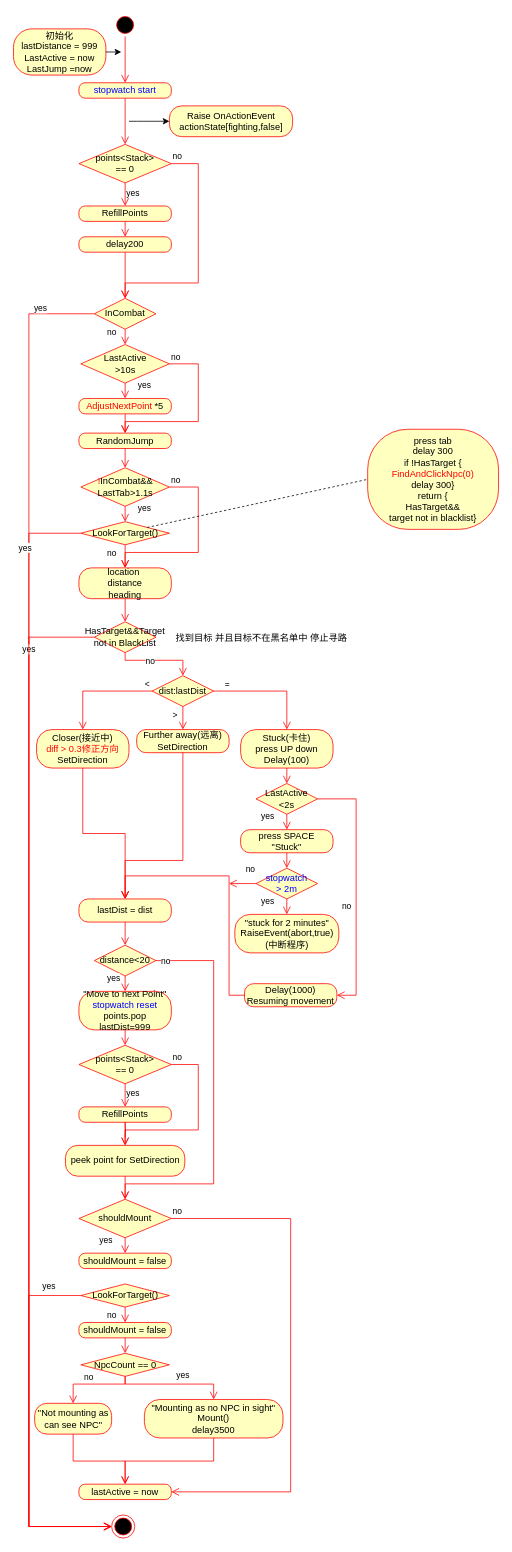
Before: FollowRouteAction.drawio in YannieCheung/botgrams, a draw.io diagram. Source tidied: cells renumbered, new cells numbered last; positions are measured from the earlier drawing's top-left corner, leaving out a move shared by most shapes. Both pictures are drawn from the tidied source at 77%, with x=0, y=0 at pixel (13, 13).
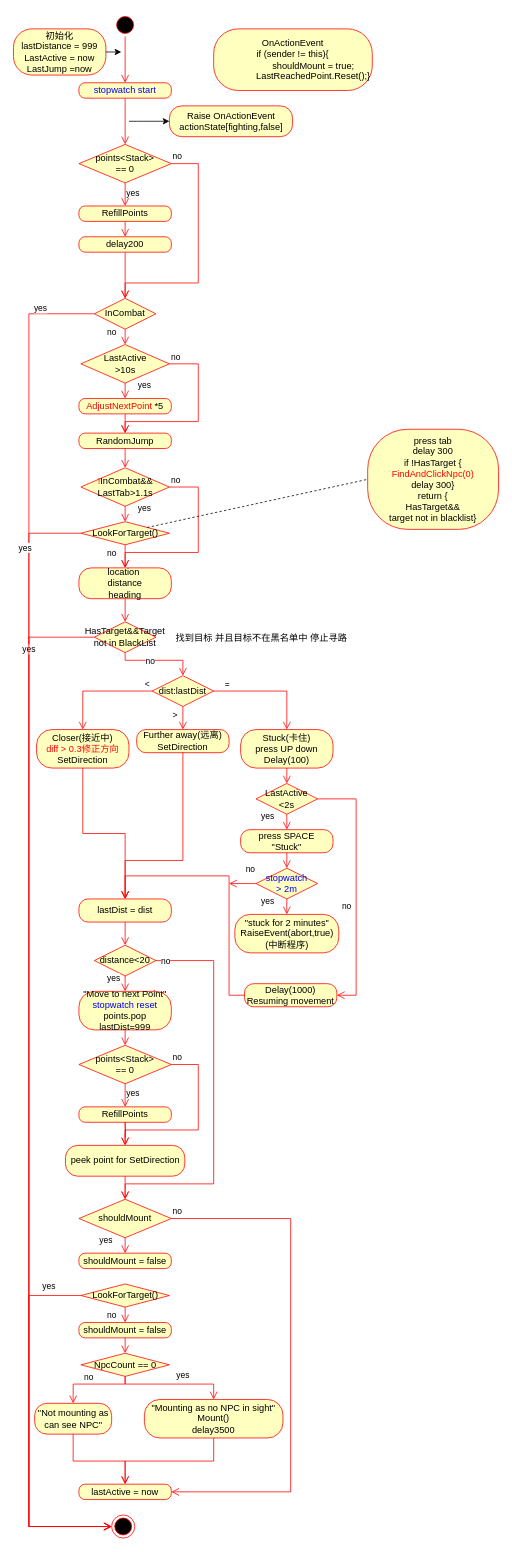
After the change.

Diff of the diagram source:
```diff
@@
+    <mxCell id="95" value="OnActionEvent&lt;br&gt;&lt;div&gt;if (sender != this)&lt;span style=&quot;background-color: initial;&quot;&gt;{&lt;/span&gt;&lt;/div&gt;&lt;div&gt;&amp;nbsp; &amp;nbsp; &amp;nbsp; &amp;nbsp; &amp;nbsp; &amp;nbsp; &amp;nbsp; &amp;nbsp; shouldMount = true;&lt;/div&gt;&lt;div&gt;&amp;nbsp; &amp;nbsp; &amp;nbsp; &amp;nbsp; &amp;nbsp; &amp;nbsp; &amp;nbsp; &amp;nbsp; LastReachedPoint.Reset();&lt;span style=&quot;background-color: initial;&quot;&gt;}&lt;/span&gt;&lt;/div&gt;" style="rounded=1;whiteSpace=wrap;html=1;arcSize=40;fontColor=#000000;fillColor=#ffffc0;strokeColor=#ff0000;" parent="1" vertex="1">
+      <mxGeometry x="260" y="20" width="206" height="80" as="geometry" />
+    </mxCell>
```
